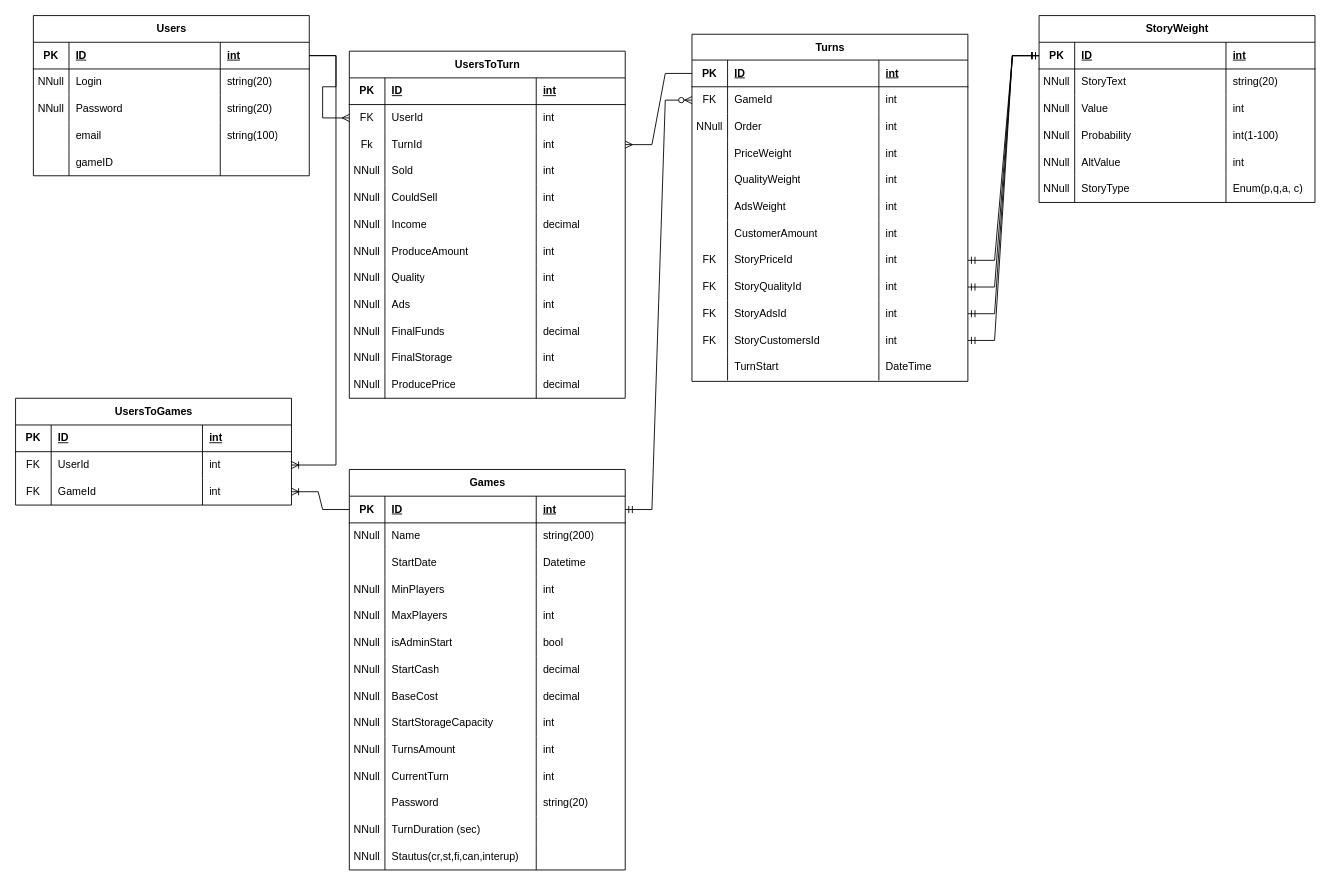
The draw.io diagram ERDTravellingB.drawio in ligertgit/sdudy, before the edit. Source tidied: cells renumbered, new cells numbered last; positions are measured from the earlier drawing's top-left corner, leaving out a move shared by most shapes. Both pictures are drawn from the tidied source at 89%, with x=0, y=0 at pixel (15, 15).
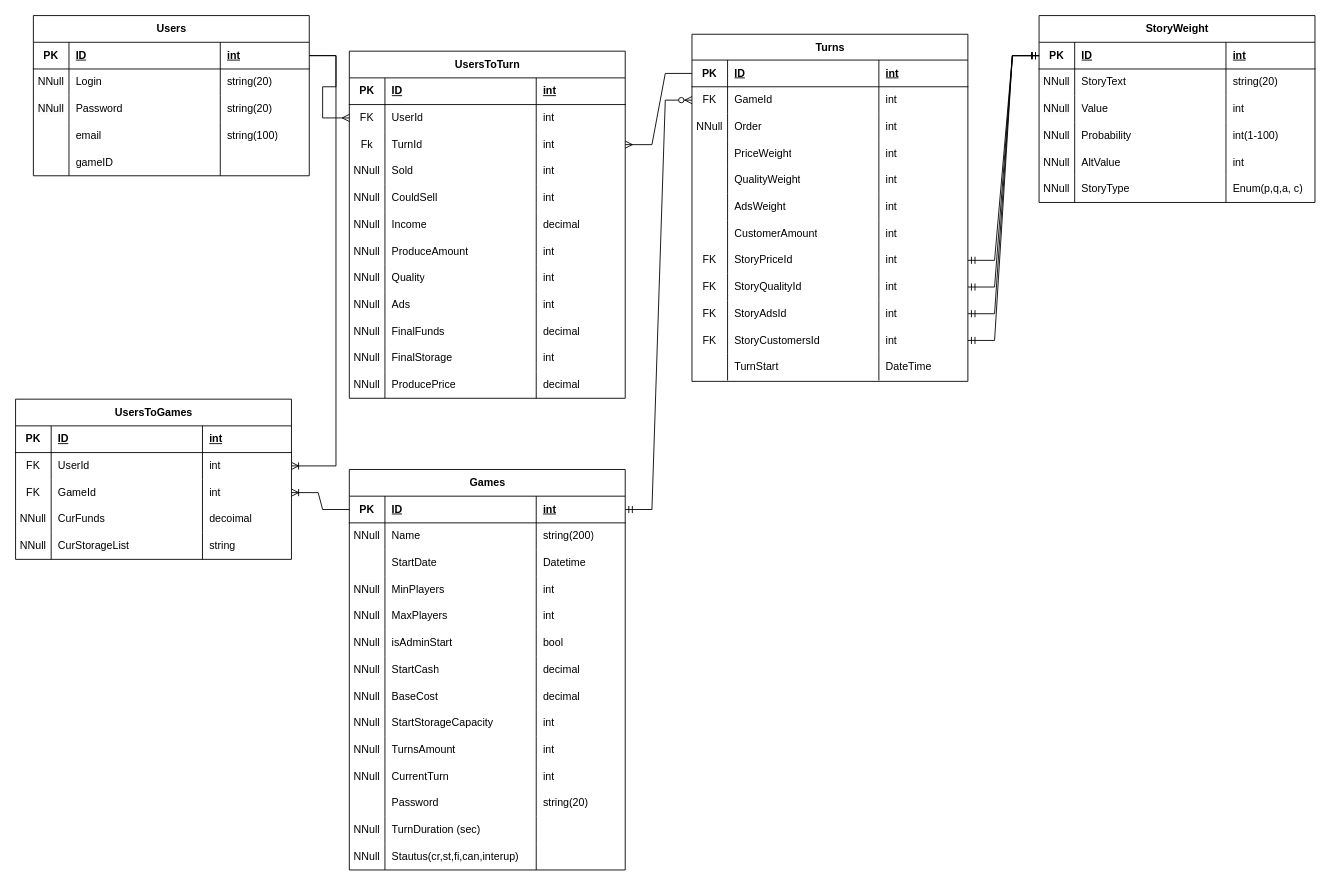
Above is the later version.

What changed in the source:
```diff
@@
     <mxCell id="210" value="UsersToGames" style="shape=table;startSize=30;childLayout=tableLayout;rowLines=0;fontStyle=1;align=center;html=1;" parent="1" vertex="1">
-      <mxGeometry y="430" width="310" height="120" as="geometry" />
+      <mxGeometry y="431" width="310" height="180" as="geometry" />
     </mxCell>
@@
+    <mxCell id="225" style="shape=tableRow;horizontal=0;startSize=0;swimlaneHead=0;swimlaneBody=0;fillColor=none;top=0;left=0;right=0;bottom=0;" parent="210" vertex="1">
+      <mxGeometry y="120" width="310" height="30" as="geometry" />
+    </mxCell>
+    <mxCell id="226" value="NNull" style="shape=partialRectangle;fillColor=none;top=0;left=0;bottom=0;right=0;overflow=hidden;whiteSpace=wrap;html=1;" parent="225" vertex="1">
+      <mxGeometry width="40" height="30" as="geometry" />
+    </mxCell>
+    <mxCell id="227" value="CurFunds" style="shape=partialRectangle;fillColor=none;top=0;left=0;bottom=0;right=0;align=left;spacingLeft=6;overflow=hidden;whiteSpace=wrap;html=1;" parent="225" vertex="1">
+      <mxGeometry x="40" width="170" height="30" as="geometry" />
+    </mxCell>
+    <mxCell id="228" value="decoimal" style="shape=partialRectangle;fillColor=none;top=0;left=0;bottom=0;right=0;align=left;spacingLeft=6;overflow=hidden;whiteSpace=wrap;html=1;" parent="225" vertex="1">
+      <mxGeometry x="210" width="100" height="30" as="geometry" />
+    </mxCell>
+    <mxCell id="229" style="shape=tableRow;horizontal=0;startSize=0;swimlaneHead=0;swimlaneBody=0;fillColor=none;top=0;left=0;right=0;bottom=0;" parent="210" vertex="1">
+      <mxGeometry y="150" width="310" height="30" as="geometry" />
+    </mxCell>
+    <mxCell id="230" value="&lt;span style=&quot;color: rgb(0, 0, 0); font-family: Helvetica; font-size: 12px; font-style: normal; font-variant-ligatures: normal; font-variant-caps: normal; font-weight: 400; letter-spacing: normal; orphans: 2; text-align: center; text-indent: 0px; text-transform: none; widows: 2; word-spacing: 0px; -webkit-text-stroke-width: 0px; white-space: normal; background-color: rgb(251, 251, 251); text-decoration-thickness: initial; text-decoration-style: initial; text-decoration-color: initial; display: inline !important; float: none;&quot;&gt;NNull&lt;/span&gt;" style="shape=partialRectangle;fillColor=none;top=0;left=0;bottom=0;right=0;overflow=hidden;whiteSpace=wrap;html=1;" parent="229" vertex="1">
+      <mxGeometry width="40" height="30" as="geometry" />
+    </mxCell>
+    <mxCell id="231" value="CurStorageList" style="shape=partialRectangle;fillColor=none;top=0;left=0;bottom=0;right=0;align=left;spacingLeft=6;overflow=hidden;whiteSpace=wrap;html=1;" parent="229" vertex="1">
+      <mxGeometry x="40" width="170" height="30" as="geometry" />
+    </mxCell>
+    <mxCell id="232" value="string" style="shape=partialRectangle;fillColor=none;top=0;left=0;bottom=0;right=0;align=left;spacingLeft=6;overflow=hidden;whiteSpace=wrap;html=1;" parent="229" vertex="1">
+      <mxGeometry x="210" width="100" height="30" as="geometry" />
+    </mxCell>
```
